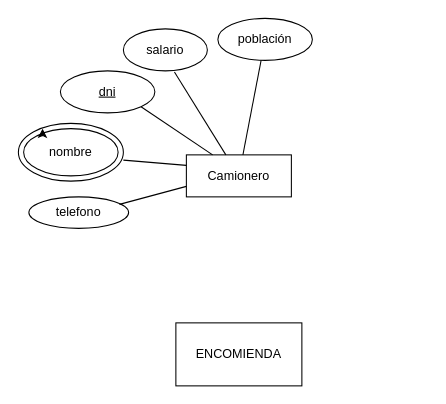
Earlier version of the draw.io diagram Prueba.drawio (florenciacastro95/EnviosDB). Source tidied: cells renumbered, new cells numbered last; positions are measured from the earlier drawing's top-left corner, leaving out a move shared by most shapes. Both pictures are drawn from the tidied source at 105%, with x=0, y=0 at pixel (18, 18).
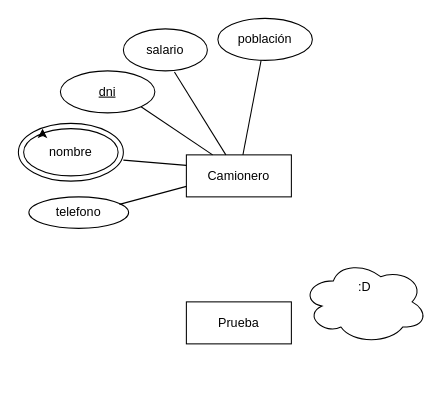
After the change.

The edit, as a diff of the source:
```diff
@@
 <mxGraphModel>
   <root>
     <mxCell id="0" />
     <mxCell id="1" parent="0" />
     <mxCell id="2" value="Camionero" style="rounded=0;whiteSpace=wrap;html=1;" parent="1" vertex="1">
       <mxGeometry x="160" y="130" width="100" height="40" as="geometry" />
     </mxCell>
     <mxCell id="3" value="&lt;u&gt;dni&lt;/u&gt;" style="ellipse;whiteSpace=wrap;html=1;" parent="1" vertex="1">
       <mxGeometry x="40" y="50" width="90" height="40" as="geometry" />
     </mxCell>
     <mxCell id="4" value="salario" style="ellipse;whiteSpace=wrap;html=1;" parent="1" vertex="1">
       <mxGeometry x="100" y="10" width="80" height="40" as="geometry" />
     </mxCell>
     <mxCell id="5" value="población" style="ellipse;whiteSpace=wrap;html=1;" parent="1" vertex="1">
       <mxGeometry x="190" width="90" height="40" as="geometry" />
     </mxCell>
     <mxCell id="6" value="telefono" style="ellipse;whiteSpace=wrap;html=1;" parent="1" vertex="1">
       <mxGeometry x="10" y="170" width="95" height="30" as="geometry" />
     </mxCell>
     <mxCell id="7" style="endArrow=none;html=1;rounded=0;entryX=0;entryY=0.75;entryDx=0;entryDy=0;exitX=0.908;exitY=0.238;exitDx=0;exitDy=0;exitPerimeter=0;" parent="1" edge="1" source="6" target="2">
       <mxGeometry relative="1" as="geometry" />
     </mxCell>
     <mxCell id="8" style="endArrow=none;html=1;rounded=0;entryX=0;entryY=0.25;entryDx=0;entryDy=0;exitX=1;exitY=0.636;exitDx=0;exitDy=0;exitPerimeter=0;" parent="1" edge="1" source="13" target="2">
       <mxGeometry relative="1" as="geometry" />
     </mxCell>
     <mxCell id="9" style="endArrow=none;html=1;rounded=0;entryX=1;entryY=1;entryDx=0;entryDy=0;exitX=0.25;exitY=0;exitDx=0;exitDy=0;" parent="1" edge="1" source="2" target="3">
       <mxGeometry relative="1" as="geometry" />
     </mxCell>
     <mxCell id="10" style="endArrow=none;html=1;rounded=0;entryX=0.608;entryY=1.025;entryDx=0;entryDy=0;entryPerimeter=0;" parent="1" edge="1" source="2" target="4">
       <mxGeometry relative="1" as="geometry" />
     </mxCell>
     <mxCell id="11" style="endArrow=none;html=1;rounded=0;" parent="1" edge="1" source="2" target="5">
       <mxGeometry relative="1" as="geometry" />
     </mxCell>
     <mxCell id="12" style="group;" parent="1" vertex="1">
       <mxGeometry y="100" width="100" height="55" as="geometry" />
     </mxCell>
     <mxCell id="13" style="ellipse;whiteSpace=wrap;html=1;" parent="12" vertex="1">
       <mxGeometry width="100" height="55" as="geometry" />
     </mxCell>
     <mxCell id="14" value="nombre" style="ellipse;whiteSpace=wrap;html=1;strokeColor=default;" parent="12" vertex="1">
       <mxGeometry x="5" y="5" width="90" height="45" as="geometry" />
     </mxCell>
     <mxCell id="15" style="edgeStyle=orthogonalEdgeStyle;rounded=0;orthogonalLoop=1;jettySize=auto;html=1;exitX=0;exitY=0;exitDx=0;exitDy=0;entryX=0.2;entryY=0;entryDx=0;entryDy=0;entryPerimeter=0;" parent="12" edge="1" source="14" target="14">
       <mxGeometry relative="1" as="geometry" />
     </mxCell>
-    <mxCell id="16" value="ENCOMIENDA" style="rounded=0;whiteSpace=wrap;html=1;" parent="1" vertex="1">
-      <mxGeometry x="150" y="290" width="120" height="60" as="geometry" />
-    </mxCell>
+    <mxCell id="17" value="Prueba" style="whiteSpace=wrap;html=1;align=center;" parent="1" vertex="1">
+      <mxGeometry x="160" y="270" width="100" height="40" as="geometry" />
+    </mxCell>
+    <mxCell id="18" value=":D&lt;div&gt;&lt;br&gt;&lt;/div&gt;&lt;div&gt;&lt;br&gt;&lt;/div&gt;" style="ellipse;shape=cloud;whiteSpace=wrap;html=1;" parent="1" vertex="1">
+      <mxGeometry x="270" y="230" width="120" height="80" as="geometry" />
+    </mxCell>
   </root>
 </mxGraphModel>
```
